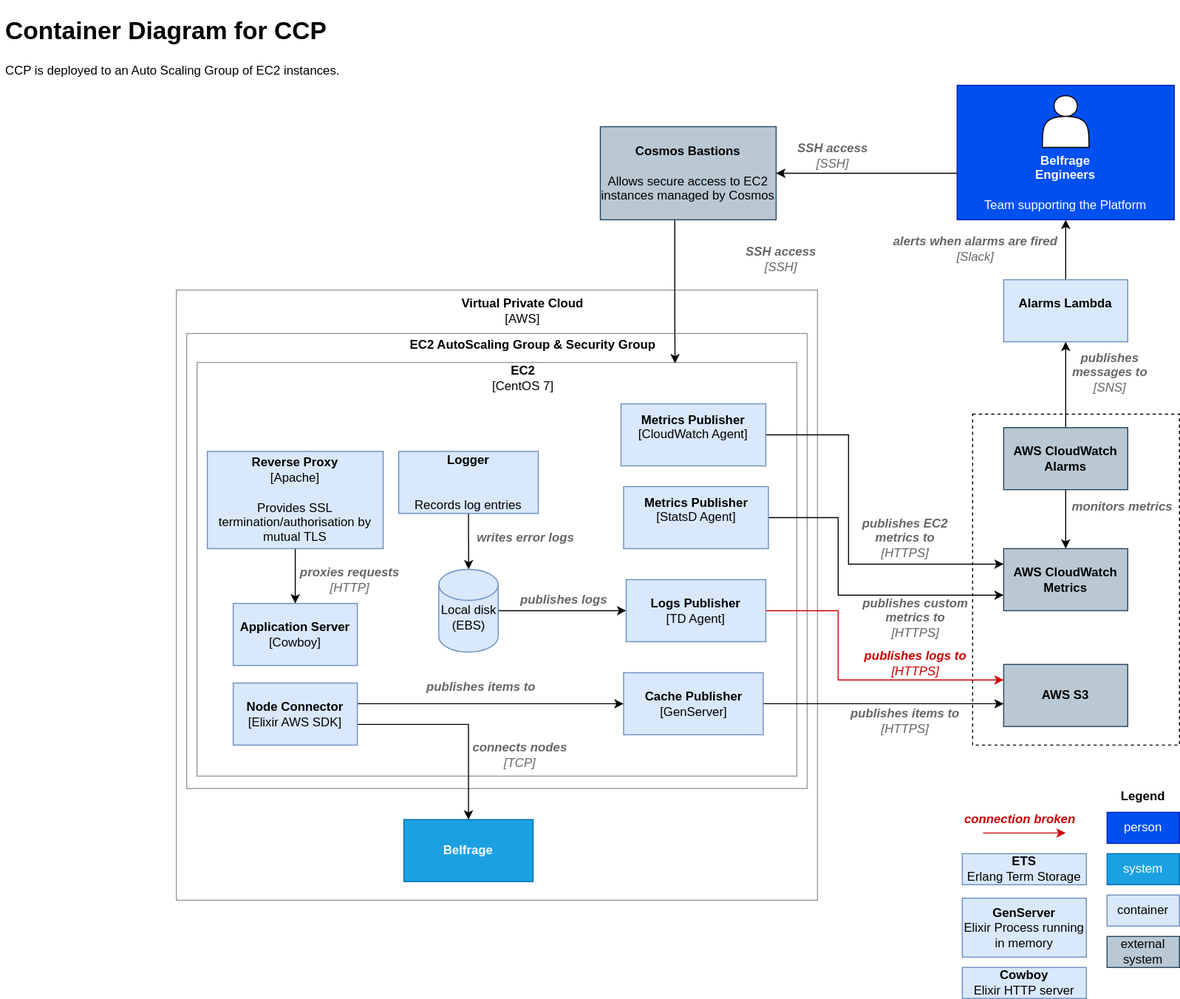
tracy-o/learning-day keeps this draw.io diagram as docs/img/architecture/c4-level-2-ccp.svg. Above is the earlier version. Source tidied: cells renumbered, new cells last; positions are measured from the earlier drawing's top-left corner, leaving out a move shared by most shapes.
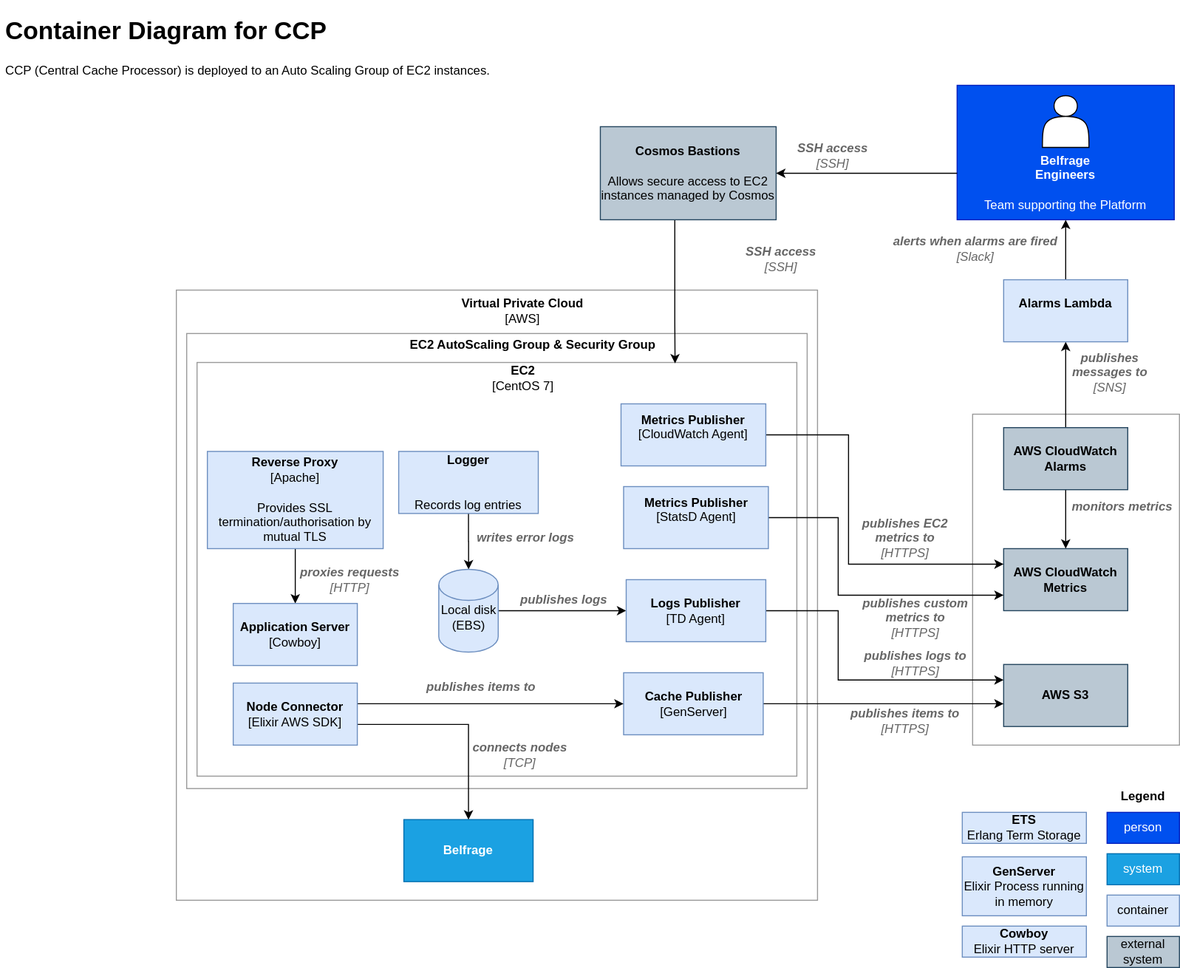
Later version of the same file.

Commit message:
Correct CCP naming and add link to AWS on level1 C4 diagram

Change to the diagram source:
```diff
@@ -11,7 +11,7 @@
     <mxCell id="4" style="rounded=0;whiteSpace=wrap;html=1;fillColor=none;strokeColor=#999999;" parent="1" vertex="1">
       <mxGeometry x="190" y="340" width="580" height="400" as="geometry" />
     </mxCell>
-    <mxCell id="5" value="&lt;h1&gt;Container Diagram for CCP&lt;/h1&gt;&lt;p&gt;CCP is deployed to an Auto Scaling Group of EC2 instances.&lt;br&gt;&lt;/p&gt;" style="text;html=1;strokeColor=none;fillColor=none;spacing=5;spacingTop=-20;whiteSpace=wrap;overflow=hidden;rounded=0;" parent="1" vertex="1">
+    <mxCell id="5" value="&lt;h1&gt;Container Diagram for CCP&lt;/h1&gt;&lt;p&gt;CCP (Central Cache Processor) is deployed to an Auto Scaling Group of EC2 instances.&lt;br&gt;&lt;/p&gt;" style="text;html=1;strokeColor=none;fillColor=none;spacing=5;spacingTop=-20;whiteSpace=wrap;overflow=hidden;rounded=0;" parent="1" vertex="1">
       <mxGeometry width="560" height="90" as="geometry" />
     </mxCell>
     <mxCell id="6" style="edgeStyle=orthogonalEdgeStyle;rounded=0;jettySize=auto;html=1;" parent="1" edge="1" source="7" target="17">
@@ -20,7 +20,7 @@
     <mxCell id="7" value="&lt;b&gt;Logger&lt;/b&gt;&lt;br&gt;&lt;br&gt;&lt;br&gt;Records log entries" style="rounded=0;whiteSpace=wrap;html=1;fillColor=#dae8fc;strokeColor=#6c8ebf;" parent="1" vertex="1">
       <mxGeometry x="385" y="426" width="135" height="60" as="geometry" />
     </mxCell>
-    <mxCell id="8" style="rounded=0;whiteSpace=wrap;html=1;fillColor=none;dashed=1;" parent="1" vertex="1">
+    <mxCell id="8" style="rounded=0;whiteSpace=wrap;html=1;fillColor=none;strokeColor=#999999;" parent="1" vertex="1">
       <mxGeometry x="940" y="390" width="200" height="320" as="geometry" />
     </mxCell>
     <mxCell id="9" value="&lt;b&gt;AWS S3&lt;/b&gt;" style="rounded=0;whiteSpace=wrap;html=1;fillColor=#bac8d3;strokeColor=#23445d;" parent="1" vertex="1">
@@ -75,7 +75,7 @@
     <mxCell id="22" value="&lt;b&gt;Virtual Private Cloud&lt;/b&gt;&lt;br&gt;[AWS]" style="text;html=1;strokeColor=none;fillColor=none;align=center;verticalAlign=middle;whiteSpace=wrap;rounded=0;" parent="1" vertex="1">
       <mxGeometry x="270" y="280" width="470" height="20" as="geometry" />
     </mxCell>
-    <mxCell id="23" style="edgeStyle=orthogonalEdgeStyle;rounded=0;jettySize=auto;html=1;entryX=0;entryY=0.25;entryDx=0;entryDy=0;strokeColor=#CC0000;" parent="1" edge="1" source="24" target="9">
+    <mxCell id="23" style="edgeStyle=orthogonalEdgeStyle;rounded=0;jettySize=auto;html=1;entryX=0;entryY=0.25;entryDx=0;entryDy=0;" parent="1" edge="1" source="24" target="9">
       <mxGeometry relative="1" as="geometry">
         <Array as="points">
           <mxPoint x="810" y="580" />
@@ -101,7 +101,7 @@
     <mxCell id="29" value="&lt;i&gt;&lt;font color=&quot;#666666&quot;&gt;&lt;b&gt;writes error logs&lt;/b&gt;&lt;/font&gt;&lt;/i&gt;" style="text;html=1;strokeColor=none;fillColor=none;align=center;verticalAlign=middle;whiteSpace=wrap;rounded=0;" parent="1" vertex="1">
       <mxGeometry x="453" y="500" width="110" height="20" as="geometry" />
     </mxCell>
-    <mxCell id="30" value="&lt;i&gt;&lt;font color=&quot;#cc0000&quot;&gt;&lt;b&gt;publishes logs to&lt;/b&gt;&lt;br&gt;[HTTPS]&lt;/font&gt;&lt;br&gt;&lt;/i&gt;" style="text;html=1;strokeColor=none;fillColor=none;align=center;verticalAlign=middle;whiteSpace=wrap;rounded=0;" parent="1" vertex="1">
+    <mxCell id="30" value="&lt;i&gt;&lt;font color=&quot;#666666&quot;&gt;&lt;b&gt;publishes logs to&lt;/b&gt;&lt;br&gt;[HTTPS]&lt;/font&gt;&lt;br&gt;&lt;/i&gt;" style="text;html=1;strokeColor=none;fillColor=none;align=center;verticalAlign=middle;whiteSpace=wrap;rounded=0;" parent="1" vertex="1">
       <mxGeometry x="830" y="621" width="110" height="20" as="geometry" />
     </mxCell>
     <mxCell id="31" value="&lt;i&gt;&lt;font color=&quot;#666666&quot;&gt;&lt;b&gt;publishes EC2 metrics to&lt;/b&gt;&lt;br&gt;[HTTPS]&lt;br&gt;&lt;/font&gt;&lt;/i&gt;" style="text;html=1;strokeColor=none;fillColor=none;align=center;verticalAlign=middle;whiteSpace=wrap;rounded=0;" parent="1" vertex="1">
@@ -140,7 +140,7 @@
       <mxGeometry x="845" y="220" width="196" height="20" as="geometry" />
     </mxCell>
     <mxCell id="41" value="&lt;b&gt;ETS&lt;/b&gt;&lt;br&gt;Erlang Term Storage" style="rounded=0;whiteSpace=wrap;html=1;fillColor=#dae8fc;strokeColor=#6c8ebf;" parent="1" vertex="1">
-      <mxGeometry x="930" y="815" width="120" height="30" as="geometry" />
+      <mxGeometry x="930" y="775" width="120" height="30" as="geometry" />
     </mxCell>
     <mxCell id="42" style="edgeStyle=orthogonalEdgeStyle;rounded=0;jettySize=auto;html=1;" parent="1" edge="1" source="43" target="34">
       <mxGeometry relative="1" as="geometry" />
@@ -160,7 +160,7 @@
       </mxGeometry>
     </mxCell>
     <mxCell id="46" value="&lt;b&gt;GenServer&lt;/b&gt;&lt;br&gt;Elixir Process running in memory" style="rounded=0;whiteSpace=wrap;html=1;fillColor=#dae8fc;strokeColor=#6c8ebf;" parent="1" vertex="1">
-      <mxGeometry x="930" y="858" width="120" height="57" as="geometry" />
+      <mxGeometry x="930" y="818" width="120" height="57" as="geometry" />
     </mxCell>
     <mxCell id="47" value="&lt;i&gt;&lt;font color=&quot;#666666&quot;&gt;&lt;b&gt;publishes logs&lt;/b&gt;&lt;/font&gt;&lt;/i&gt;" style="text;html=1;strokeColor=none;fillColor=none;align=center;verticalAlign=middle;whiteSpace=wrap;rounded=0;" parent="1" vertex="1">
       <mxGeometry x="490" y="560" width="110" height="20" as="geometry" />
@@ -172,7 +172,7 @@
       <mxGeometry x="283" y="540" width="110" height="20" as="geometry" />
     </mxCell>
     <mxCell id="50" value="&lt;b&gt;Cowboy&lt;/b&gt;&lt;br&gt;Elixir HTTP server" style="rounded=0;whiteSpace=wrap;html=1;fillColor=#dae8fc;strokeColor=#6c8ebf;" parent="1" vertex="1">
-      <mxGeometry x="930" y="925" width="120" height="30" as="geometry" />
+      <mxGeometry x="930" y="885" width="120" height="30" as="geometry" />
     </mxCell>
     <mxCell id="51" style="edgeStyle=orthogonalEdgeStyle;rounded=0;jettySize=auto;html=1;entryX=0;entryY=0.75;entryDx=0;entryDy=0;strokeColor=#000000;" parent="1" edge="1" source="52" target="10">
       <mxGeometry relative="1" as="geometry">
@@ -188,12 +188,6 @@
     <mxCell id="53" value="&lt;i&gt;&lt;font color=&quot;#666666&quot;&gt;&lt;b&gt;publishes custom metrics to&lt;/b&gt;&lt;br&gt;[HTTPS]&lt;br&gt;&lt;/font&gt;&lt;/i&gt;" style="text;html=1;strokeColor=none;fillColor=none;align=center;verticalAlign=middle;whiteSpace=wrap;rounded=0;" parent="1" vertex="1">
       <mxGeometry x="830" y="577" width="110" height="20" as="geometry" />
     </mxCell>
-    <mxCell id="54" style="endArrow=classic;html=1;strokeColor=#CC0000;" parent="1" edge="1">
-      <mxGeometry relative="1" as="geometry">
-        <mxPoint x="950" y="795" as="sourcePoint" />
-        <mxPoint x="1030" y="795" as="targetPoint" />
-      </mxGeometry>
-    </mxCell>
     <mxCell id="55" style="edgeStyle=orthogonalEdgeStyle;rounded=0;jettySize=auto;html=1;strokeColor=#000000;" parent="1" edge="1" source="56" target="9">
       <mxGeometry relative="1" as="geometry">
         <Array as="points">
@@ -238,8 +232,5 @@
     <mxCell id="64" value="&lt;b&gt;Legend&lt;/b&gt;" style="text;html=1;strokeColor=none;fillColor=none;align=center;verticalAlign=middle;whiteSpace=wrap;rounded=0;" parent="1" vertex="1">
       <mxGeometry x="1070" y="750" width="70" height="20" as="geometry" />
     </mxCell>
-    <mxCell id="65" value="&lt;i&gt;&lt;b&gt;&lt;font color=&quot;#cc0000&quot;&gt;connection broken&lt;/font&gt;&lt;/b&gt;&lt;br&gt;&lt;/i&gt;" style="text;html=1;strokeColor=none;fillColor=none;align=center;verticalAlign=middle;whiteSpace=wrap;rounded=0;" parent="1" vertex="1">
-      <mxGeometry x="931" y="772" width="110" height="20" as="geometry" />
-    </mxCell>
   </root>
 </mxGraphModel>
```
